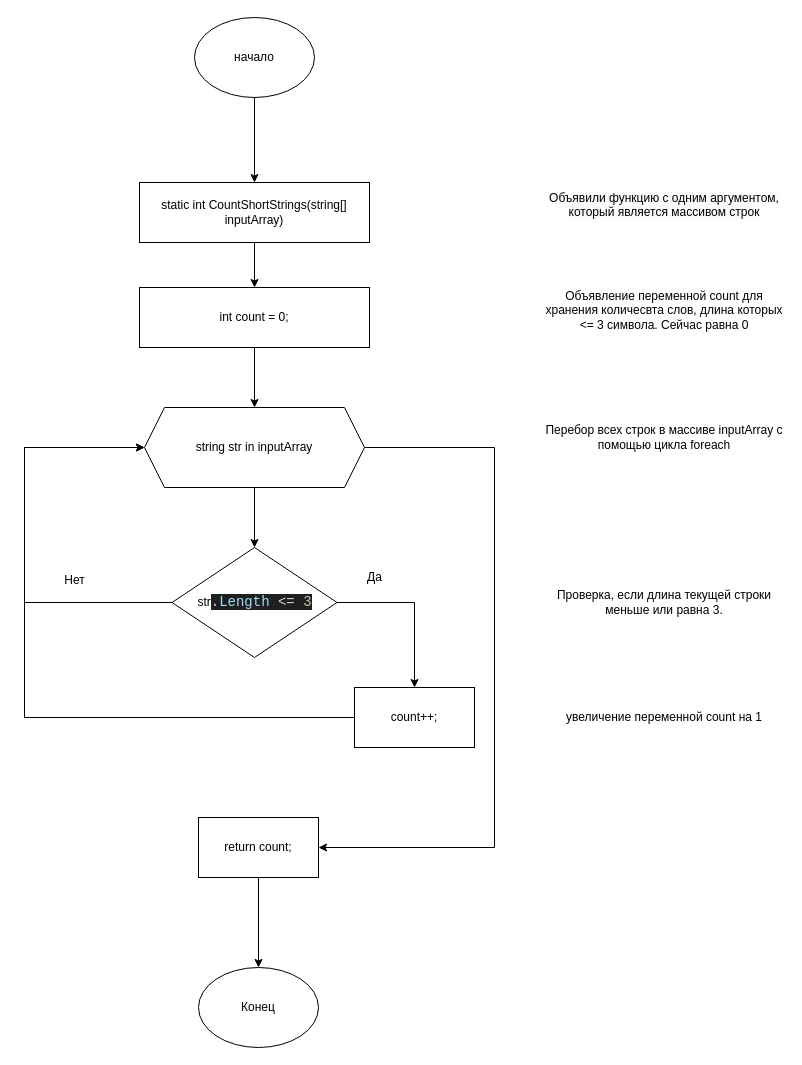
Above: page "CountShortStrings" (2 of 2) of блок схема.drawio in kkssiinn/- (draw.io), before the change. Source tidied: cells renumbered, new cells numbered last; positions are measured from the earlier drawing's top-left corner, leaving out a move shared by most shapes. Both pictures are drawn from the tidied source at 100%, with x=0, y=0 at pixel (24, 17).
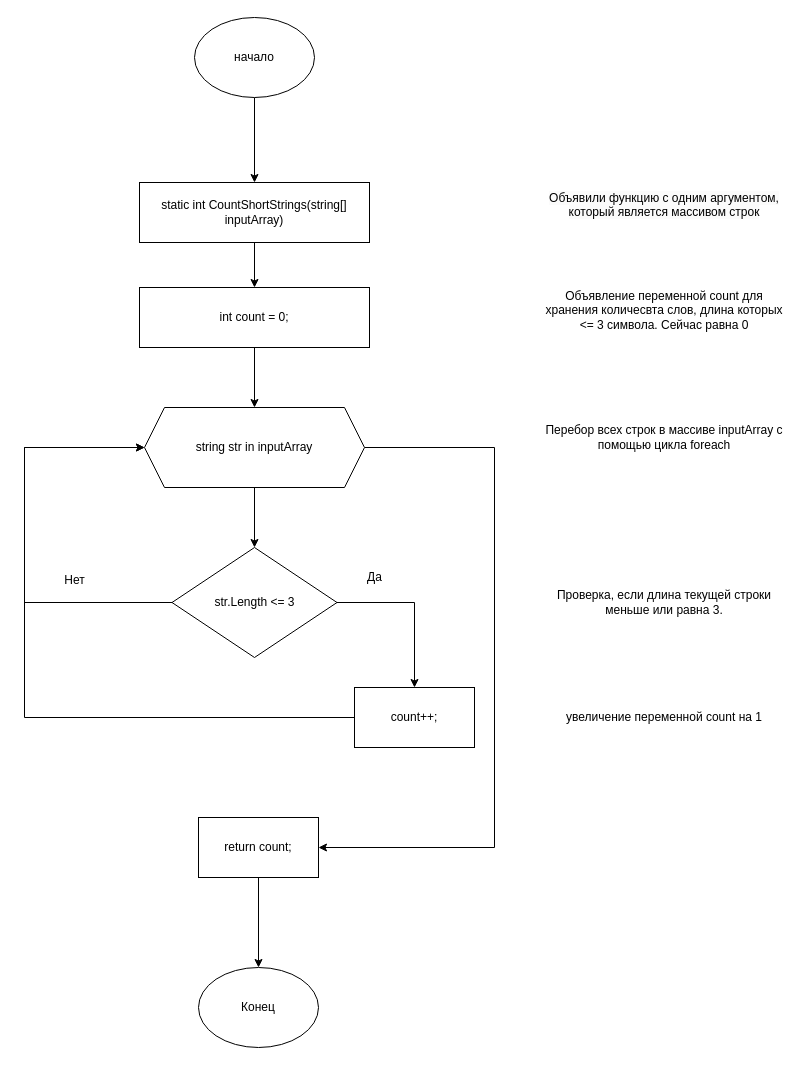
After the change.

Commit message (it also covers changes not shown here):
исправление ошибки

Исправление грамматической ошибки

What changed in the source:
```diff
@@
-    <mxCell id="15" value="str&lt;span style=&quot;border-color: var(--border-color); color: rgb(204, 204, 204); font-family: Consolas, &amp;quot;Courier New&amp;quot;, monospace; font-size: 14px; text-align: left; background-color: rgb(31, 31, 31);&quot;&gt;.&lt;/span&gt;&lt;span style=&quot;border-color: var(--border-color); font-family: Consolas, &amp;quot;Courier New&amp;quot;, monospace; font-size: 14px; text-align: left; background-color: rgb(31, 31, 31); color: rgb(156, 220, 254);&quot;&gt;Length&lt;/span&gt;&lt;span style=&quot;border-color: var(--border-color); color: rgb(204, 204, 204); font-family: Consolas, &amp;quot;Courier New&amp;quot;, monospace; font-size: 14px; text-align: left; background-color: rgb(31, 31, 31);&quot;&gt;&amp;nbsp;&lt;/span&gt;&lt;span style=&quot;border-color: var(--border-color); font-family: Consolas, &amp;quot;Courier New&amp;quot;, monospace; font-size: 14px; text-align: left; background-color: rgb(31, 31, 31); color: rgb(212, 212, 212);&quot;&gt;&amp;lt;=&lt;/span&gt;&lt;span style=&quot;border-color: var(--border-color); color: rgb(204, 204, 204); font-family: Consolas, &amp;quot;Courier New&amp;quot;, monospace; font-size: 14px; text-align: left; background-color: rgb(31, 31, 31);&quot;&gt;&amp;nbsp;&lt;/span&gt;&lt;span style=&quot;border-color: var(--border-color); font-family: Consolas, &amp;quot;Courier New&amp;quot;, monospace; font-size: 14px; text-align: left; background-color: rgb(31, 31, 31); color: rgb(181, 206, 168);&quot;&gt;3&lt;/span&gt;" style="rhombus;whiteSpace=wrap;html=1;" parent="1" vertex="1">
+    <mxCell id="15" value="str.Length &amp;lt;= 3" style="rhombus;whiteSpace=wrap;html=1;" parent="1" vertex="1">
       <mxGeometry x="147.5" y="530" width="165" height="110" as="geometry" />
     </mxCell>
```
